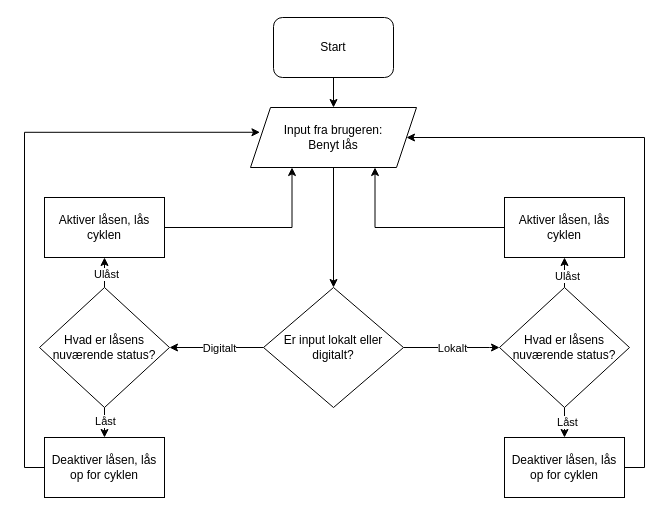
The draw.io diagram SW FlowCharts/ID 11 V1 Cykellås.drawio in KEA-E24-B9-IOT1/E24-B9-IoT1, before the edit. Source tidied: cells renumbered, new cells numbered last; positions are measured from the earlier drawing's top-left corner, leaving out a move shared by most shapes. Both pictures are drawn from the tidied source at 100%, with x=0, y=0 at pixel (24, 17).
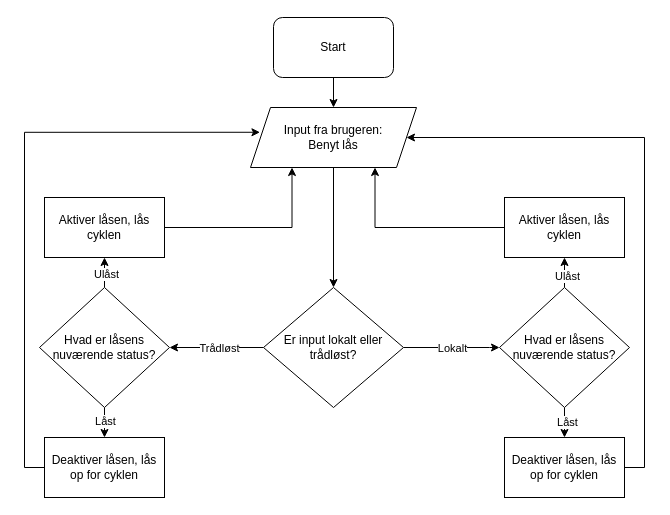
The same page after the edit.

Commit message:
Digital ændret til trådløst

The change refers to these unchanged cells:
```xml
<mxCell id="8" style="edgeStyle=orthogonalEdgeStyle;rounded=0;jettySize=auto;html=1;exitX=0;exitY=0.5;exitDx=0;exitDy=0;entryX=1;entryY=0.5;entryDx=0;entryDy=0;" parent="1" edge="1" source="10" target="20">
  <mxGeometry relative="1" as="geometry" />
</mxCell>
```

What changed in the source:
```diff
@@
-    <mxCell id="9" value="&lt;div&gt;Digitalt&lt;/div&gt;" style="edgeLabel;html=1;align=center;verticalAlign=middle;" parent="8" vertex="1">
+    <mxCell id="9" value="&lt;div&gt;Trådløst&lt;/div&gt;" style="edgeLabel;html=1;align=center;verticalAlign=middle;" parent="8" vertex="1">
       <mxGeometry x="-0.04" relative="1" as="geometry" />
     </mxCell>
-    <mxCell id="10" value="Er input lokalt eller digitalt?" style="rhombus;whiteSpace=wrap;html=1;" parent="1" vertex="1">
+    <mxCell id="10" value="Er input lokalt eller trådløst?" style="rhombus;whiteSpace=wrap;html=1;" parent="1" vertex="1">
       <mxGeometry x="239" y="270" width="140" height="120" as="geometry" />
     </mxCell>
```
